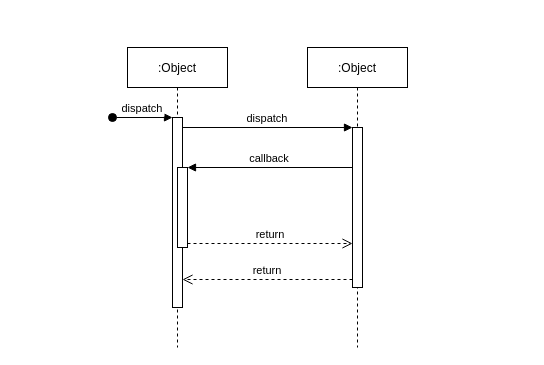
Earlier version of the draw.io diagram Closechat.drawio (NguyenDiNguy/ChatApp). Source tidied: cells renumbered, new cells numbered last; positions are measured from the earlier drawing's top-left corner, leaving out a move shared by most shapes. Both pictures are drawn from the tidied source at 100%, with x=0, y=0 at pixel (112, 47).
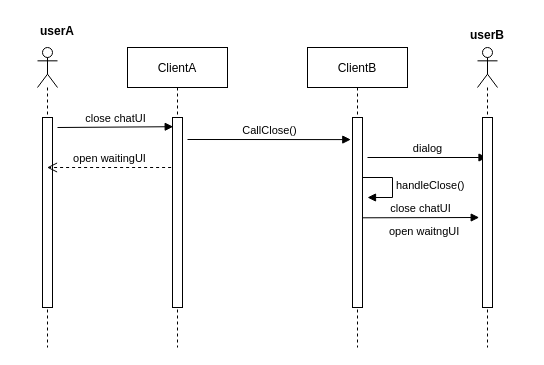
Above is the later version.

Unchanged cells that the change refers to:
```xml
<mxCell id="3" style="points=[];perimeter=orthogonalPerimeter;rounded=0;shadow=0;strokeWidth=1;" parent="2" vertex="1">
  <mxGeometry x="45" y="70" width="10" height="190" as="geometry" />
</mxCell>
```

The edit, as a diff of the source:
```diff
@@
-    <mxCell id="2" value=":Object" style="shape=umlLifeline;perimeter=lifelinePerimeter;rounded=0;shadow=0;strokeWidth=1;" parent="1" vertex="1">
+    <mxCell id="2" value="ClientA" style="shape=umlLifeline;perimeter=lifelinePerimeter;rounded=0;shadow=0;strokeWidth=1;" parent="1" vertex="1">
       <mxGeometry x="15" width="100" height="300" as="geometry" />
     </mxCell>
@@
-    <mxCell id="4" value="dispatch" style="verticalAlign=bottom;startArrow=oval;endArrow=block;startSize=8;shadow=0;strokeWidth=1;" parent="2" edge="1" target="3">
-      <mxGeometry relative="1" as="geometry">
-        <mxPoint x="-15" y="70" as="sourcePoint" />
-      </mxGeometry>
-    </mxCell>
-    <mxCell id="5" style="points=[];perimeter=orthogonalPerimeter;rounded=0;shadow=0;strokeWidth=1;" parent="2" vertex="1">
-      <mxGeometry x="50" y="120" width="10" height="80" as="geometry" />
-    </mxCell>
+    <mxCell id="12" value="CallClose()" style="html=1;verticalAlign=bottom;endArrow=block;rounded=0;entryX=0.433;entryY=0.307;entryDx=0;entryDy=0;entryPerimeter=0;" parent="2" edge="1" target="6">
+      <mxGeometry relative="1" as="geometry">
+        <mxPoint x="60" y="92" as="sourcePoint" />
+      </mxGeometry>
+    </mxCell>
-    <mxCell id="6" value=":Object" style="shape=umlLifeline;perimeter=lifelinePerimeter;rounded=0;shadow=0;strokeWidth=1;" parent="1" vertex="1">
+    <mxCell id="6" value="ClientB" style="shape=umlLifeline;perimeter=lifelinePerimeter;rounded=0;shadow=0;strokeWidth=1;" parent="1" vertex="1">
       <mxGeometry x="195" width="100" height="300" as="geometry" />
     </mxCell>
     <mxCell id="7" style="points=[];perimeter=orthogonalPerimeter;rounded=0;shadow=0;strokeWidth=1;" parent="6" vertex="1">
-      <mxGeometry x="45" y="80" width="10" height="160" as="geometry" />
+      <mxGeometry x="45" y="70" width="10" height="190" as="geometry" />
     </mxCell>
-    <mxCell id="8" value="return" style="verticalAlign=bottom;endArrow=open;dashed=1;endSize=8;exitX=0;exitY=0.95;shadow=0;strokeWidth=1;" parent="1" edge="1" source="7" target="3">
-      <mxGeometry relative="1" as="geometry" />
-    </mxCell>
-    <mxCell id="9" value="dispatch" style="verticalAlign=bottom;endArrow=block;entryX=0;entryY=0;shadow=0;strokeWidth=1;" parent="1" edge="1" source="3" target="7">
-      <mxGeometry relative="1" as="geometry" />
-    </mxCell>
-    <mxCell id="10" value="callback" style="verticalAlign=bottom;endArrow=block;entryX=1;entryY=0;shadow=0;strokeWidth=1;" parent="1" edge="1" source="7" target="5">
-      <mxGeometry relative="1" as="geometry" />
-    </mxCell>
-    <mxCell id="11" value="return" style="verticalAlign=bottom;endArrow=open;dashed=1;endSize=8;exitX=1;exitY=0.95;shadow=0;strokeWidth=1;" parent="1" edge="1" source="5" target="7">
-      <mxGeometry relative="1" as="geometry" />
-    </mxCell>
+    <mxCell id="13" value="dialog" style="html=1;verticalAlign=bottom;endArrow=block;rounded=0;" parent="6" edge="1" target="18">
+      <mxGeometry relative="1" as="geometry">
+        <mxPoint x="60" y="110" as="sourcePoint" />
+      </mxGeometry>
+    </mxCell>
+    <mxCell id="14" value="handleClose()" style="edgeStyle=orthogonalEdgeStyle;html=1;align=left;spacingLeft=2;endArrow=block;rounded=0;entryX=1;entryY=0;" parent="6" edge="1">
+      <mxGeometry relative="1" as="geometry">
+        <mxPoint x="55" y="130" as="sourcePoint" />
+        <mxPoint x="60" y="150" as="targetPoint" />
+        <Array as="points">
+          <mxPoint x="85" y="130" />
+        </Array>
+      </mxGeometry>
+    </mxCell>
+    <mxCell id="15" value="close chatUI" style="html=1;verticalAlign=bottom;endArrow=block;rounded=0;entryX=0.167;entryY=0.546;entryDx=0;entryDy=0;entryPerimeter=0;" parent="6" edge="1">
+      <mxGeometry relative="1" as="geometry">
+        <mxPoint x="55" y="170.3" as="sourcePoint" />
+        <mxPoint x="171.7" y="170" as="targetPoint" />
+      </mxGeometry>
+    </mxCell>
+    <mxCell id="16" style="shape=umlLifeline;participant=umlActor;perimeter=lifelinePerimeter;whiteSpace=wrap;html=1;verticalAlign=top;spacingTop=36;outlineConnect=0;" parent="1" vertex="1">
+      <mxGeometry x="-75" width="20" height="300" as="geometry" />
+    </mxCell>
+    <mxCell id="17" style="html=1;perimeter=orthogonalPerimeter;" parent="16" vertex="1">
+      <mxGeometry x="5" y="70" width="10" height="190" as="geometry" />
+    </mxCell>
+    <mxCell id="18" style="shape=umlLifeline;participant=umlActor;perimeter=lifelinePerimeter;whiteSpace=wrap;html=1;verticalAlign=top;spacingTop=36;outlineConnect=0;" parent="1" vertex="1">
+      <mxGeometry x="365" width="20" height="300" as="geometry" />
+    </mxCell>
+    <mxCell id="19" style="html=1;perimeter=orthogonalPerimeter;" parent="18" vertex="1">
+      <mxGeometry x="5" y="70" width="10" height="190" as="geometry" />
+    </mxCell>
+    <mxCell id="20" value="userA" style="text;align=center;fontStyle=1;verticalAlign=middle;spacingLeft=3;spacingRight=3;strokeColor=none;" parent="1" vertex="1">
+      <mxGeometry x="-95" y="-30" width="80" height="26" as="geometry" />
+    </mxCell>
+    <mxCell id="21" value="userB" style="text;align=center;fontStyle=1;verticalAlign=middle;spacingLeft=3;spacingRight=3;strokeColor=none;" parent="1" vertex="1">
+      <mxGeometry x="335" y="-26" width="80" height="26" as="geometry" />
+    </mxCell>
+    <mxCell id="22" value="close chatUI" style="html=1;verticalAlign=bottom;endArrow=block;rounded=0;entryX=0.457;entryY=0.264;entryDx=0;entryDy=0;entryPerimeter=0;" parent="1" edge="1" target="2">
+      <mxGeometry relative="1" as="geometry">
+        <mxPoint x="-55" y="80" as="sourcePoint" />
+      </mxGeometry>
+    </mxCell>
+    <mxCell id="23" value="&lt;div style=&quot;text-align: center&quot;&gt;&lt;font face=&quot;helvetica&quot;&gt;&lt;span style=&quot;font-size: 11px ; background-color: rgb(255 , 255 , 255)&quot;&gt;open waitngUI&lt;/span&gt;&lt;/font&gt;&lt;/div&gt;" style="text;whiteSpace=wrap;html=1;" parent="1" vertex="1">
+      <mxGeometry x="275" y="170" width="90" height="30" as="geometry" />
+    </mxCell>
+    <mxCell id="24" value="open waitingUI" style="html=1;verticalAlign=bottom;endArrow=open;dashed=1;endSize=8;rounded=0;exitX=0.436;exitY=0.4;exitDx=0;exitDy=0;exitPerimeter=0;" parent="1" edge="1" source="2" target="16">
+      <mxGeometry relative="1" as="geometry" />
+    </mxCell>
```
